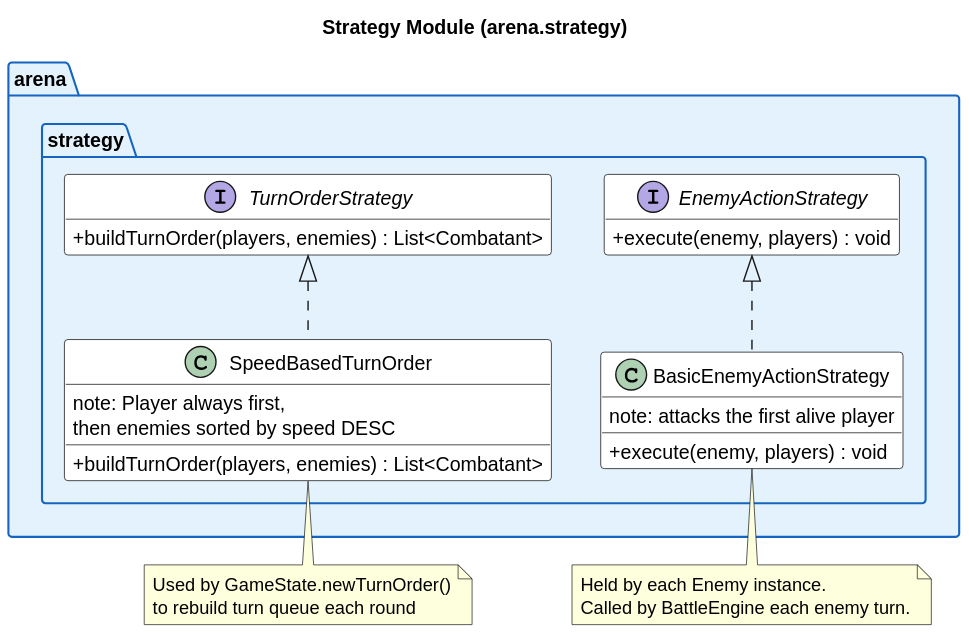
The PlantUML diagram newdiag/uml_strategy.svg in YongzhangLiu/sc2002-combat-arena, before a commit.
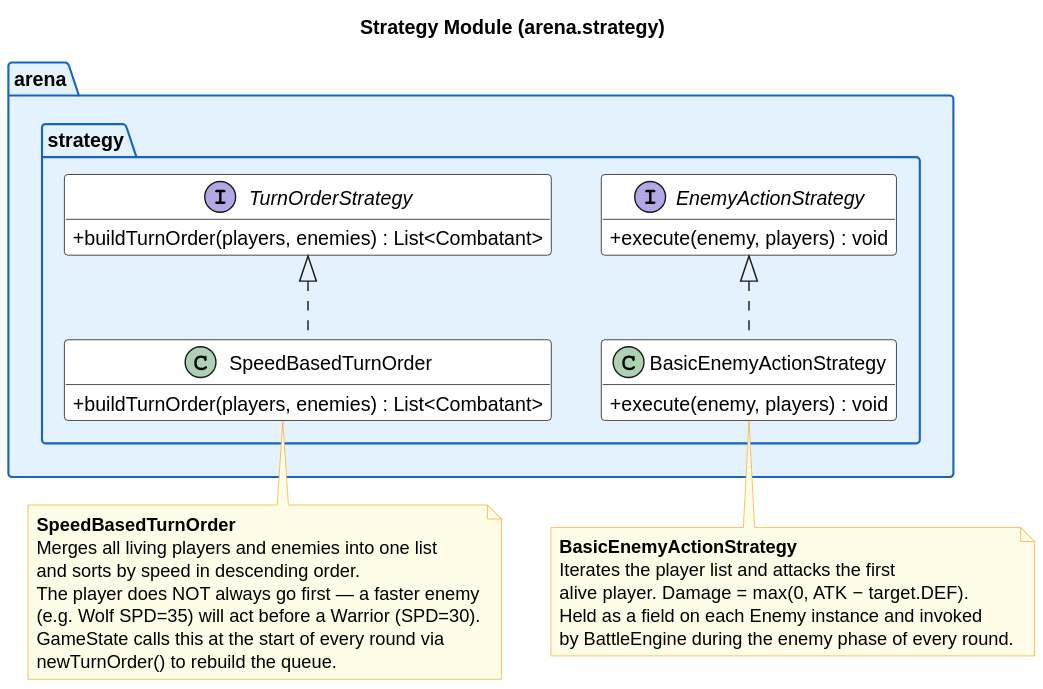
The same file after the commit.

The edit, as a diff of the source:
```diff
@@ -11,6 +11,10 @@
     BackgroundColor #E3F2FD
     BorderColor #1565C0
 }
+skinparam note {
+    BackgroundColor #FFFDE7
+    BorderColor #F9A825
+}
 
 hide empty members
 
@@ -22,7 +26,6 @@
 
     class SpeedBasedTurnOrder {
         + buildTurnOrder(players, enemies) : List<Combatant>
-        note: Player always first,\nthen enemies sorted by speed DESC
     }
 
     interface EnemyActionStrategy {
@@ -31,16 +34,29 @@
 
     class BasicEnemyActionStrategy {
         + execute(enemy, players) : void
-        note: attacks the first alive player
     }
 }
 
 TurnOrderStrategy   <|..  SpeedBasedTurnOrder
 EnemyActionStrategy <|..  BasicEnemyActionStrategy
 
-note "Used by GameState.newTurnOrder()\nto rebuild turn queue each round" as N1
+note as N1 #FFFDE7
+  <b>SpeedBasedTurnOrder</b>
+  Merges all living players and enemies into one list
+  and sorts by speed in descending order.
+  The player does NOT always go first — a faster enemy
+  (e.g. Wolf SPD=35) will act before a Warrior (SPD=30).
+  GameState calls this at the start of every round via
+  newTurnOrder() to rebuild the queue.
+end note
 SpeedBasedTurnOrder .. N1
 
-note "Held by each Enemy instance.\nCalled by BattleEngine each enemy turn." as N2
+note as N2 #FFFDE7
+  <b>BasicEnemyActionStrategy</b>
+  Iterates the player list and attacks the first
+  alive player. Damage = max(0, ATK − target.DEF).
+  Held as a field on each Enemy instance and invoked
+  by BattleEngine during the enemy phase of every round.
+end note
 BasicEnemyActionStrategy .. N2
 @enduml
```
